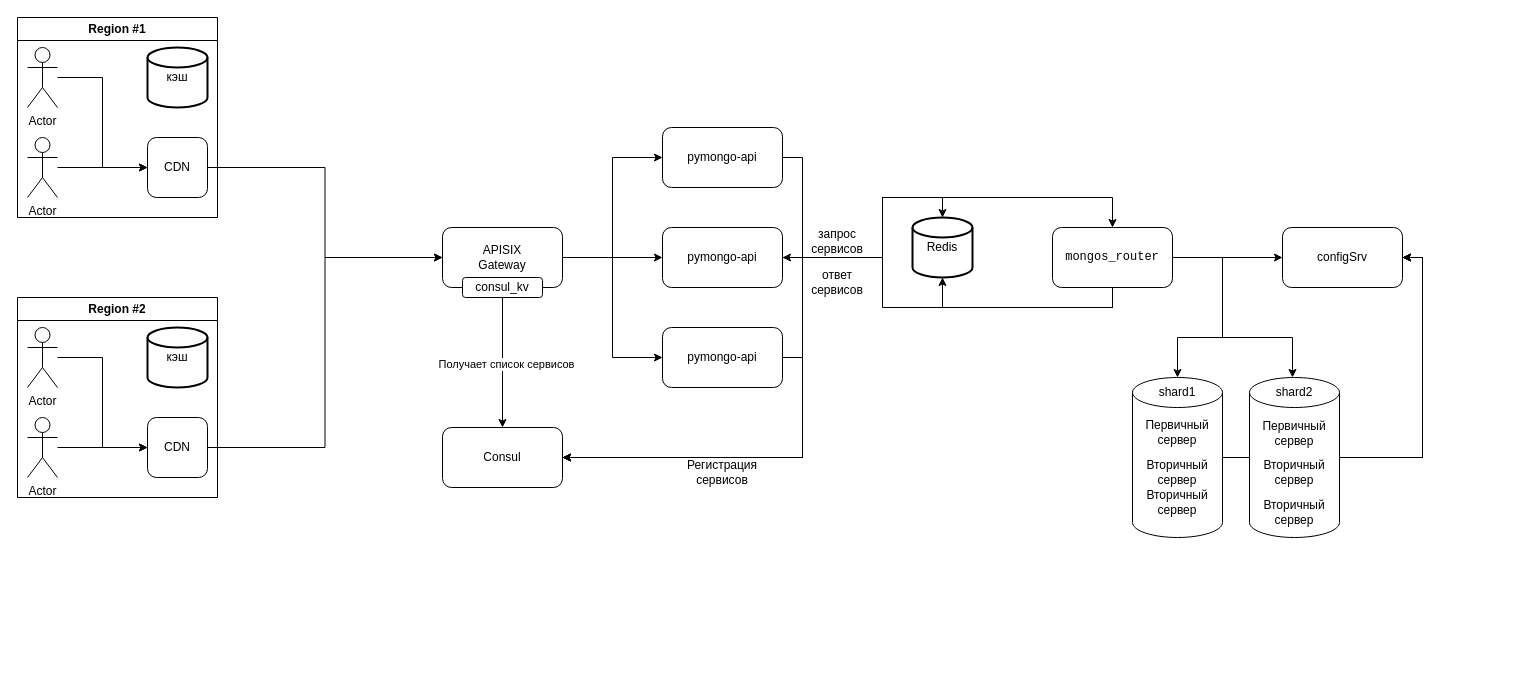
Before: page "Задание №6" (6 of 6) of schema.drawio in sadam-agashirinov/sprint-2-task, a draw.io diagram. Source tidied: cells renumbered, new cells numbered last; positions are measured from the earlier drawing's top-left corner, leaving out a move shared by most shapes. Both pictures are drawn from the tidied source at 100%, with x=0, y=0 at pixel (17, 17).
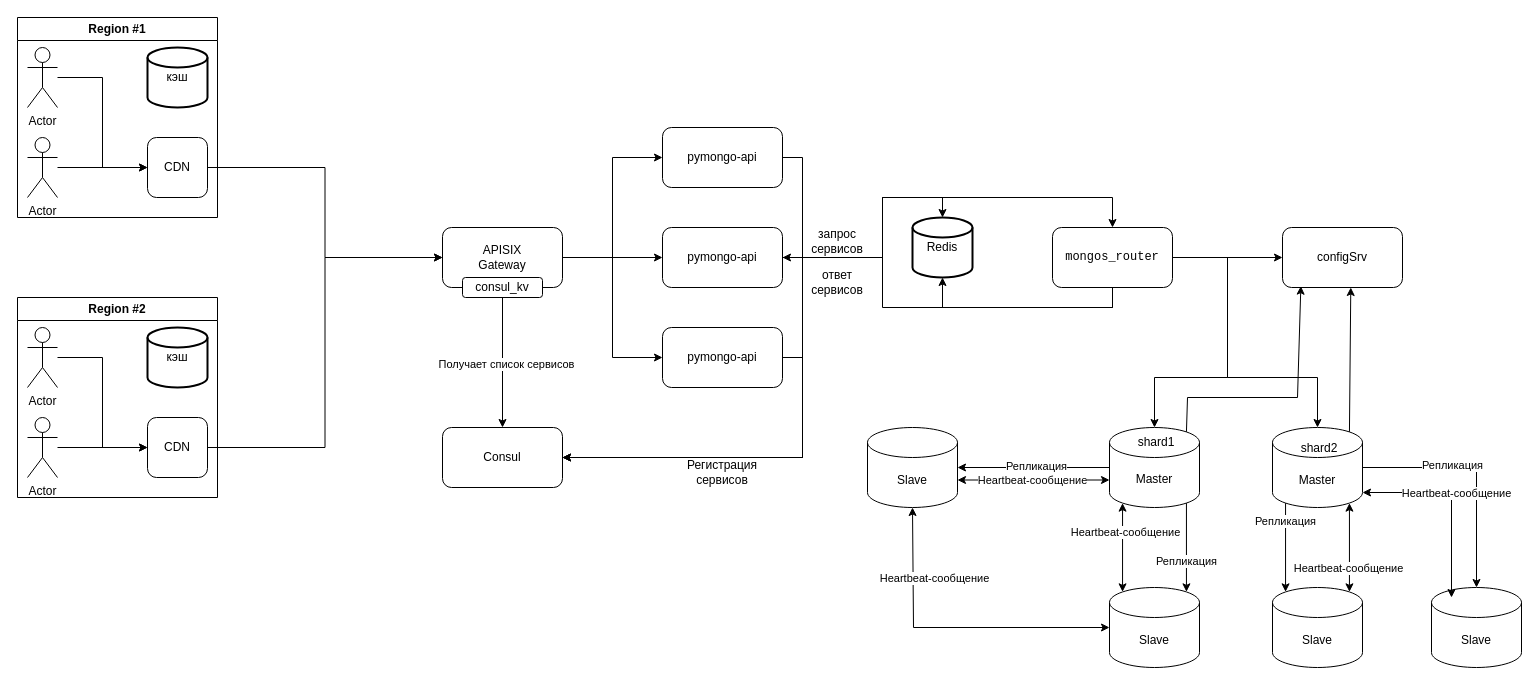
After the change.

The change refers to these unchanged cells:
```xml
<mxCell id="7" value="&lt;pre class=&quot;code-block__code-wrapper&quot;&gt;&lt;code class=&quot;code-block__code bash&quot;&gt;mongos_router&lt;/code&gt;&lt;/pre&gt;" style="rounded=1;whiteSpace=wrap;html=1;" parent="1" vertex="1">
  <mxGeometry x="1035" y="210" width="120" height="60" as="geometry" />
</mxCell>
<mxCell id="14" value="configSrv" style="rounded=1;whiteSpace=wrap;html=1;" parent="1" vertex="1">
  <mxGeometry x="1265" y="210" width="120" height="60" as="geometry" />
</mxCell>
```

Change to the diagram source:
```diff
@@
-    <mxCell id="5" style="edgeStyle=orthogonalEdgeStyle;rounded=0;jettySize=auto;html=1;entryX=0.5;entryY=0;entryDx=0;entryDy=0;exitX=1;exitY=0.5;exitDx=0;exitDy=0;" parent="1" edge="1" source="7" target="10">
-      <mxGeometry relative="1" as="geometry">
-        <Array as="points">
-          <mxPoint x="1205" y="240" />
-          <mxPoint x="1205" y="320" />
-          <mxPoint x="1160" y="320" />
-        </Array>
-      </mxGeometry>
-    </mxCell>
@@
-    <mxCell id="8" style="group;" parent="1" vertex="1">
-      <mxGeometry x="1115" y="360" width="90" height="160" as="geometry" />
-    </mxCell>
-    <mxCell id="9" style="shape=cylinder3;whiteSpace=wrap;html=1;boundedLbl=1;backgroundOutline=1;size=15;" parent="8" vertex="1">
-      <mxGeometry width="90" height="160" as="geometry" />
-    </mxCell>
-    <mxCell id="10" value="shard1" style="text;html=1;align=center;verticalAlign=middle;whiteSpace=wrap;rounded=0;" parent="8" vertex="1">
-      <mxGeometry x="15" width="60" height="30" as="geometry" />
-    </mxCell>
-    <mxCell id="11" value="Первичный сервер" style="text;html=1;align=center;verticalAlign=middle;whiteSpace=wrap;rounded=0;" parent="8" vertex="1">
-      <mxGeometry x="15" y="40" width="60" height="30" as="geometry" />
-    </mxCell>
-    <mxCell id="12" value="Вторичный сервер" style="text;html=1;align=center;verticalAlign=middle;whiteSpace=wrap;rounded=0;" parent="8" vertex="1">
-      <mxGeometry x="15" y="80" width="60" height="30" as="geometry" />
-    </mxCell>
-    <mxCell id="13" value="Вторичный сервер" style="text;html=1;align=center;verticalAlign=middle;whiteSpace=wrap;rounded=0;" parent="8" vertex="1">
-      <mxGeometry x="15" y="110" width="60" height="30" as="geometry" />
-    </mxCell>
@@
-    <mxCell id="16" style="edgeStyle=orthogonalEdgeStyle;rounded=0;jettySize=auto;html=1;entryX=0.467;entryY=0.225;entryDx=0;entryDy=0;entryPerimeter=0;" parent="1" edge="1" source="7" target="21">
-      <mxGeometry relative="1" as="geometry">
-        <Array as="points">
-          <mxPoint x="1205" y="240" />
-          <mxPoint x="1205" y="320" />
-          <mxPoint x="1275" y="320" />
-        </Array>
-      </mxGeometry>
-    </mxCell>
-    <mxCell id="17" style="edgeStyle=orthogonalEdgeStyle;rounded=0;jettySize=auto;html=1;entryX=1;entryY=0.5;entryDx=0;entryDy=0;exitX=1;exitY=0.5;exitDx=0;exitDy=0;exitPerimeter=0;" parent="1" edge="1" source="20" target="14">
-      <mxGeometry relative="1" as="geometry" />
-    </mxCell>
-    <mxCell id="18" style="edgeStyle=orthogonalEdgeStyle;rounded=0;jettySize=auto;html=1;entryX=1;entryY=0.5;entryDx=0;entryDy=0;" parent="1" edge="1" source="9" target="14">
-      <mxGeometry relative="1" as="geometry" />
-    </mxCell>
-    <mxCell id="19" style="group;" parent="1" vertex="1">
-      <mxGeometry x="1232" y="360" width="90" height="160" as="geometry" />
-    </mxCell>
-    <mxCell id="20" style="shape=cylinder3;whiteSpace=wrap;html=1;boundedLbl=1;backgroundOutline=1;size=15;" parent="19" vertex="1">
-      <mxGeometry width="90" height="160" as="geometry" />
-    </mxCell>
-    <mxCell id="21" value="shard2" style="text;html=1;align=center;verticalAlign=middle;whiteSpace=wrap;rounded=0;" parent="19" vertex="1">
-      <mxGeometry x="15" y="-12" width="60" height="53.3" as="geometry" />
-    </mxCell>
-    <mxCell id="22" value="Первичный сервер" style="text;html=1;align=center;verticalAlign=middle;whiteSpace=wrap;rounded=0;" parent="19" vertex="1">
-      <mxGeometry x="15" y="41.3" width="60" height="30" as="geometry" />
-    </mxCell>
-    <mxCell id="23" value="Вторичный сервер" style="text;html=1;align=center;verticalAlign=middle;whiteSpace=wrap;rounded=0;" parent="19" vertex="1">
-      <mxGeometry x="15" y="80" width="60" height="30" as="geometry" />
-    </mxCell>
-    <mxCell id="24" value="Вторичный сервер" style="text;html=1;align=center;verticalAlign=middle;whiteSpace=wrap;rounded=0;" parent="19" vertex="1">
-      <mxGeometry x="15" y="120" width="60" height="30" as="geometry" />
-    </mxCell>
@@
-    <mxCell id="26" style="edgeStyle=orthogonalEdgeStyle;rounded=0;jettySize=auto;html=1;entryX=1;entryY=0.5;entryDx=0;entryDy=0;exitX=1;exitY=0.5;exitDx=0;exitDy=0;exitPerimeter=0;" parent="1" edge="1" source="20" target="14">
-      <mxGeometry relative="1" as="geometry">
-        <Array as="points">
-          <mxPoint x="1405" y="440" />
-          <mxPoint x="1405" y="240" />
-        </Array>
-      </mxGeometry>
-    </mxCell>
@@
+    <mxCell id="60" style="group;" parent="1" vertex="1">
+      <mxGeometry x="1126" y="410" width="90" height="80" as="geometry" />
+    </mxCell>
+    <mxCell id="61" style="shape=cylinder3;whiteSpace=wrap;html=1;boundedLbl=1;backgroundOutline=1;size=15;" parent="60" vertex="1">
+      <mxGeometry x="-34" width="90" height="80" as="geometry" />
+    </mxCell>
+    <mxCell id="10" value="shard1" style="text;html=1;align=center;verticalAlign=middle;whiteSpace=wrap;rounded=0;" parent="60" vertex="1">
+      <mxGeometry x="-17" y="7" width="60" height="15" as="geometry" />
+    </mxCell>
+    <mxCell id="62" value="Master" style="text;html=1;align=center;verticalAlign=middle;whiteSpace=wrap;rounded=0;" parent="60" vertex="1">
+      <mxGeometry x="-19" y="44" width="60" height="15" as="geometry" />
+    </mxCell>
+    <mxCell id="63" value="Slave" style="shape=cylinder3;whiteSpace=wrap;html=1;boundedLbl=1;backgroundOutline=1;size=15;" parent="1" vertex="1">
+      <mxGeometry x="1092" y="570" width="90" height="80" as="geometry" />
+    </mxCell>
+    <mxCell id="64" style="edgeStyle=orthogonalEdgeStyle;rounded=0;jettySize=auto;html=1;exitX=0.855;exitY=1;exitDx=0;exitDy=-4.35;exitPerimeter=0;entryX=0.855;entryY=0;entryDx=0;entryDy=4.35;entryPerimeter=0;" parent="1" edge="1" source="61" target="63">
+      <mxGeometry relative="1" as="geometry" />
+    </mxCell>
+    <mxCell id="65" value="Репликация" style="edgeLabel;html=1;align=center;verticalAlign=middle;" parent="64" vertex="1">
+      <mxGeometry x="-0.11" relative="1" as="geometry">
+        <mxPoint y="19" as="offset" />
+      </mxGeometry>
+    </mxCell>
+    <mxCell id="66" value="Slave" style="shape=cylinder3;whiteSpace=wrap;html=1;boundedLbl=1;backgroundOutline=1;size=15;" parent="1" vertex="1">
+      <mxGeometry x="850" y="410" width="90" height="80" as="geometry" />
+    </mxCell>
+    <mxCell id="67" style="edgeStyle=orthogonalEdgeStyle;rounded=0;jettySize=auto;html=1;" parent="1" edge="1" source="61" target="66">
+      <mxGeometry relative="1" as="geometry" />
+    </mxCell>
+    <mxCell id="68" value="Репликация" style="edgeLabel;html=1;align=center;verticalAlign=middle;" parent="67" vertex="1">
+      <mxGeometry x="-0.02" y="-2" relative="1" as="geometry" />
+    </mxCell>
+    <mxCell id="69" style="endArrow=classic;startArrow=classic;html=1;rounded=0;entryX=0.5;entryY=1;entryDx=0;entryDy=0;entryPerimeter=0;exitX=0;exitY=0.5;exitDx=0;exitDy=0;exitPerimeter=0;" parent="1" edge="1" source="63" target="66">
+      <mxGeometry relative="1" as="geometry">
+        <Array as="points">
+          <mxPoint x="896" y="610" />
+        </Array>
+      </mxGeometry>
+    </mxCell>
+    <mxCell id="70" value="Heartbeat-сообщение" style="edgeLabel;html=1;align=center;verticalAlign=middle;" parent="69" vertex="1">
+      <mxGeometry y="-3" relative="1" as="geometry">
+        <mxPoint x="-18" y="-47" as="offset" />
+      </mxGeometry>
+    </mxCell>
+    <mxCell id="71" style="endArrow=classic;startArrow=classic;html=1;rounded=0;entryX=0;entryY=0;entryDx=0;entryDy=52.5;entryPerimeter=0;exitX=1;exitY=0;exitDx=0;exitDy=52.5;exitPerimeter=0;" parent="1" edge="1" source="66" target="61">
+      <mxGeometry relative="1" as="geometry" />
+    </mxCell>
+    <mxCell id="72" value="Heartbeat-сообщение" style="edgeLabel;html=1;align=center;verticalAlign=middle;" parent="71" vertex="1">
+      <mxGeometry x="-0.44" relative="1" as="geometry">
+        <mxPoint x="31" as="offset" />
+      </mxGeometry>
+    </mxCell>
+    <mxCell id="73" style="endArrow=classic;startArrow=classic;html=1;rounded=0;entryX=0.145;entryY=1;entryDx=0;entryDy=-4.35;entryPerimeter=0;exitX=0.145;exitY=0;exitDx=0;exitDy=4.35;exitPerimeter=0;" parent="1" edge="1" source="63" target="61">
+      <mxGeometry relative="1" as="geometry" />
+    </mxCell>
+    <mxCell id="74" value="Heartbeat-сообщение" style="edgeLabel;html=1;align=center;verticalAlign=middle;" parent="73" vertex="1">
+      <mxGeometry x="0.14" y="1" relative="1" as="geometry">
+        <mxPoint x="3" y="-9" as="offset" />
+      </mxGeometry>
+    </mxCell>
+    <mxCell id="75" style="edgeStyle=orthogonalEdgeStyle;rounded=0;jettySize=auto;html=1;entryX=0.5;entryY=0;entryDx=0;entryDy=0;entryPerimeter=0;exitX=1;exitY=0.5;exitDx=0;exitDy=0;exitPerimeter=0;" parent="1" edge="1" source="85" target="79">
+      <mxGeometry relative="1" as="geometry" />
+    </mxCell>
+    <mxCell id="76" value="Репликация" style="edgeLabel;html=1;align=center;verticalAlign=middle;" parent="75" vertex="1">
+      <mxGeometry x="-0.48" y="3" relative="1" as="geometry">
+        <mxPoint x="28" as="offset" />
+      </mxGeometry>
+    </mxCell>
+    <mxCell id="77" style="edgeStyle=orthogonalEdgeStyle;rounded=0;jettySize=auto;html=1;exitX=0.145;exitY=1;exitDx=0;exitDy=-4.35;exitPerimeter=0;entryX=0.145;entryY=0;entryDx=0;entryDy=4.35;entryPerimeter=0;" parent="1" edge="1" source="85" target="80">
+      <mxGeometry relative="1" as="geometry" />
+    </mxCell>
+    <mxCell id="78" value="Репликация" style="edgeLabel;html=1;align=center;verticalAlign=middle;" parent="77" vertex="1">
+      <mxGeometry x="-0.12" y="-1" relative="1" as="geometry">
+        <mxPoint y="-21" as="offset" />
+      </mxGeometry>
+    </mxCell>
+    <mxCell id="79" value="Slave" style="shape=cylinder3;whiteSpace=wrap;html=1;boundedLbl=1;backgroundOutline=1;size=15;" parent="1" vertex="1">
+      <mxGeometry x="1414" y="570" width="90" height="80" as="geometry" />
+    </mxCell>
+    <mxCell id="80" value="Slave" style="shape=cylinder3;whiteSpace=wrap;html=1;boundedLbl=1;backgroundOutline=1;size=15;" parent="1" vertex="1">
+      <mxGeometry x="1255" y="570" width="90" height="80" as="geometry" />
+    </mxCell>
+    <mxCell id="81" style="endArrow=classic;startArrow=classic;html=1;rounded=0;entryX=0.855;entryY=1;entryDx=0;entryDy=-4.35;entryPerimeter=0;exitX=0.855;exitY=0;exitDx=0;exitDy=4.35;exitPerimeter=0;" parent="1" edge="1" source="80" target="85">
+      <mxGeometry relative="1" as="geometry" />
+    </mxCell>
+    <mxCell id="82" value="Heartbeat-сообщение" style="edgeLabel;html=1;align=center;verticalAlign=middle;" parent="81" vertex="1">
+      <mxGeometry x="-0.47" y="1" relative="1" as="geometry" />
+    </mxCell>
+    <mxCell id="83" style="endArrow=classic;startArrow=classic;html=1;rounded=0;exitX=1;exitY=1;exitDx=0;exitDy=-15;exitPerimeter=0;" parent="1" edge="1" source="85">
+      <mxGeometry relative="1" as="geometry">
+        <mxPoint x="1434" y="580" as="targetPoint" />
+        <Array as="points">
+          <mxPoint x="1434" y="475" />
+        </Array>
+      </mxGeometry>
+    </mxCell>
+    <mxCell id="84" value="Heartbeat-сообщение" style="edgeLabel;html=1;align=center;verticalAlign=middle;" parent="83" vertex="1">
+      <mxGeometry x="-0.11" relative="1" as="geometry">
+        <mxPoint x="7" as="offset" />
+      </mxGeometry>
+    </mxCell>
+    <mxCell id="85" value="Master" style="shape=cylinder3;whiteSpace=wrap;html=1;boundedLbl=1;backgroundOutline=1;size=15;" parent="1" vertex="1">
+      <mxGeometry x="1255" y="410" width="90" height="80" as="geometry" />
+    </mxCell>
+    <mxCell id="21" value="shard2" style="text;html=1;align=center;verticalAlign=middle;whiteSpace=wrap;rounded=0;" parent="1" vertex="1">
+      <mxGeometry x="1272" y="416" width="60" height="30" as="geometry" />
+    </mxCell>
+    <mxCell id="86" style="endArrow=classic;html=1;rounded=0;exitX=1;exitY=0.5;exitDx=0;exitDy=0;entryX=0.5;entryY=0;entryDx=0;entryDy=0;entryPerimeter=0;" parent="1" edge="1" source="7" target="85">
+      <mxGeometry relative="1" as="geometry">
+        <Array as="points">
+          <mxPoint x="1210" y="240" />
+          <mxPoint x="1210" y="360" />
+          <mxPoint x="1300" y="360" />
+        </Array>
+      </mxGeometry>
+    </mxCell>
+    <mxCell id="87" style="endArrow=classic;html=1;rounded=0;exitX=1;exitY=0.5;exitDx=0;exitDy=0;entryX=0.5;entryY=0;entryDx=0;entryDy=0;entryPerimeter=0;" parent="1" edge="1" source="7" target="61">
+      <mxGeometry relative="1" as="geometry">
+        <Array as="points">
+          <mxPoint x="1210" y="240" />
+          <mxPoint x="1210" y="360" />
+          <mxPoint x="1137" y="360" />
+        </Array>
+      </mxGeometry>
+    </mxCell>
+    <mxCell id="88" style="endArrow=classic;html=1;rounded=0;exitX=0.855;exitY=0;exitDx=0;exitDy=4.35;exitPerimeter=0;entryX=0.569;entryY=1;entryDx=0;entryDy=0;entryPerimeter=0;" parent="1" edge="1" source="85" target="14">
+      <mxGeometry relative="1" as="geometry" />
+    </mxCell>
+    <mxCell id="89" style="endArrow=classic;html=1;rounded=0;exitX=0.855;exitY=0;exitDx=0;exitDy=4.35;exitPerimeter=0;entryX=0.153;entryY=0.978;entryDx=0;entryDy=0;entryPerimeter=0;" parent="1" edge="1" source="61" target="14">
+      <mxGeometry relative="1" as="geometry">
+        <Array as="points">
+          <mxPoint x="1170" y="380" />
+          <mxPoint x="1280" y="380" />
+        </Array>
+      </mxGeometry>
+    </mxCell>
```
